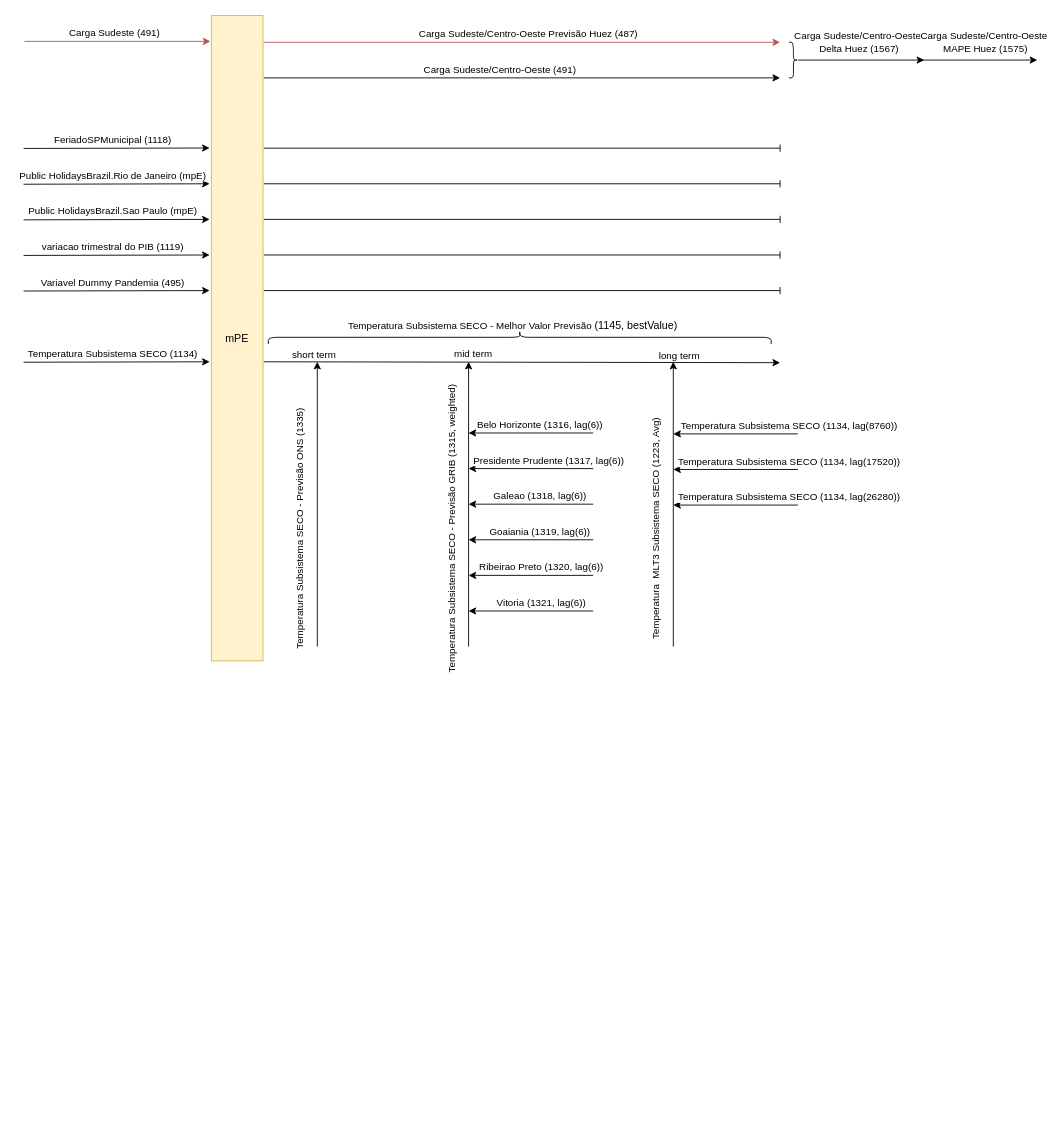
GigiGanzGross/TimeSeriesAnalysisWithPython keeps this draw.io diagram as Forecast_model_data_structe.drawio. Above is the earlier version. Source tidied: cells renumbered, new cells numbered last; positions are measured from the earlier drawing's top-left corner, leaving out a move shared by most shapes. Both pictures are drawn from the tidied source at 89%, with x=0, y=0 at pixel (23, 15).
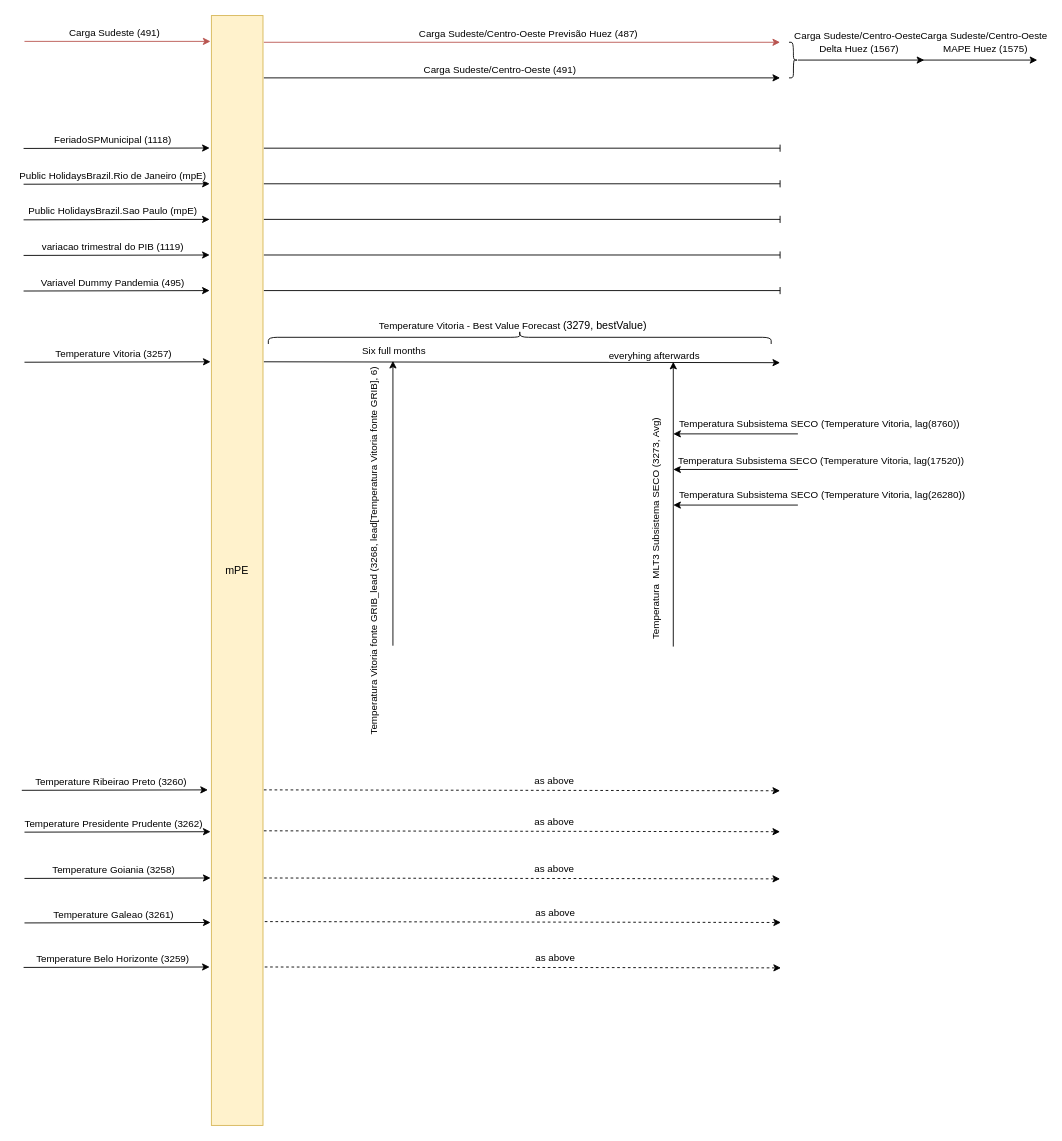
The same page after the edit.

Unchanged cells that the change refers to:
```xml
<mxCell id="22" style="endArrow=classic;html=1;rounded=0;strokeWidth=1;" parent="1" edge="1">
  <mxGeometry relative="1" as="geometry">
    <mxPoint x="270" y="389" as="sourcePoint" />
    <mxPoint x="850" y="390" as="targetPoint" />
  </mxGeometry>
</mxCell>
<mxCell id="44" style="endArrow=classic;html=1;rounded=0;fontSize=11;strokeWidth=1;" parent="1" edge="1">
  <mxGeometry relative="1" as="geometry">
    <mxPoint x="730" y="709" as="sourcePoint" />
    <mxPoint x="730" y="389" as="targetPoint" />
  </mxGeometry>
</mxCell>
<mxCell id="46" style="endArrow=classic;html=1;rounded=0;fontSize=11;strokeWidth=1;" parent="1" edge="1">
  <mxGeometry relative="1" as="geometry">
    <mxPoint x="870" y="470" as="sourcePoint" />
    <mxPoint x="730" y="470" as="targetPoint" />
  </mxGeometry>
</mxCell>
<mxCell id="48" style="endArrow=classic;html=1;rounded=0;fontSize=11;strokeWidth=1;" parent="1" edge="1">
  <mxGeometry relative="1" as="geometry">
    <mxPoint x="870" y="510" as="sourcePoint" />
    <mxPoint x="730" y="510" as="targetPoint" />
  </mxGeometry>
</mxCell>
<mxCell id="50" style="endArrow=classic;html=1;rounded=0;fontSize=11;strokeWidth=1;" parent="1" edge="1">
  <mxGeometry relative="1" as="geometry">
    <mxPoint x="870" y="550" as="sourcePoint" />
    <mxPoint x="730" y="550" as="targetPoint" />
  </mxGeometry>
</mxCell>
```

Change to the diagram source:
```diff
@@
     <mxCell id="2" value="mPE" style="rounded=0;whiteSpace=wrap;html=1;fillColor=#fff2cc;strokeColor=#d6b656;" parent="1" vertex="1">
-      <mxGeometry x="211" width="58" height="725" as="geometry" />
+      <mxGeometry x="211" width="58" height="1247" as="geometry" />
     </mxCell>
@@
-    <mxCell id="15" style="endArrow=classic;html=1;rounded=0;exitX=1.044;exitY=0.114;exitDx=0;exitDy=0;exitPerimeter=0;" parent="1" edge="1">
-      <mxGeometry relative="1" as="geometry">
-        <mxPoint y="389.5" as="sourcePoint" />
-        <mxPoint x="209.1" y="389" as="targetPoint" />
-      </mxGeometry>
-    </mxCell>
-    <mxCell id="16" value="Temperatura Subsistema SECO (1134)" style="edgeLabel;html=1;align=center;verticalAlign=middle;" parent="15" vertex="1">
-      <mxGeometry x="0.06" relative="1" as="geometry">
-        <mxPoint x="-11" y="-10" as="offset" />
-      </mxGeometry>
-    </mxCell>
@@
-    <mxCell id="23" value="mid term" style="edgeLabel;html=1;align=center;verticalAlign=middle;" parent="22" vertex="1">
+    <mxCell id="23" value="Six full months" style="edgeLabel;html=1;align=center;verticalAlign=middle;" parent="22" vertex="1">
       <mxGeometry relative="1" as="geometry">
-        <mxPoint x="-55" y="-10" as="offset" />
+        <mxPoint x="-144" y="-13" as="offset" />
       </mxGeometry>
     </mxCell>
-    <mxCell id="24" value="&lt;div&gt;short term&lt;/div&gt;" style="edgeLabel;html=1;align=left;verticalAlign=bottom;" parent="22" vertex="1">
-      <mxGeometry x="-1" relative="1" as="geometry">
-        <mxPoint x="30" as="offset" />
-      </mxGeometry>
-    </mxCell>
-    <mxCell id="25" value="&lt;div&gt;long term&lt;/div&gt;" style="edgeLabel;html=1;align=right;verticalAlign=bottom;" parent="22" vertex="1">
+    <mxCell id="25" value="&lt;div&gt;everyhing afterwards&lt;/div&gt;" style="edgeLabel;html=1;align=right;verticalAlign=bottom;" parent="22" vertex="1">
       <mxGeometry x="1" relative="1" as="geometry">
         <mxPoint x="-90" as="offset" />
       </mxGeometry>
     </mxCell>
@@
-    <mxCell id="27" value="&lt;font style=&quot;font-size: 11px&quot;&gt;Temperatura Subsistema SECO - Melhor Valor Previsão&lt;/font&gt; (1145, bestValue)" style="text;html=1;strokeColor=none;fillColor=none;align=center;verticalAlign=middle;whiteSpace=wrap;rounded=0;" parent="1" vertex="1">
+    <mxCell id="27" value="&lt;font style=&quot;font-size: 11px&quot;&gt;Temperature Vitoria - Best Value Forecast &lt;/font&gt;(3279, bestValue)" style="text;html=1;strokeColor=none;fillColor=none;align=center;verticalAlign=middle;whiteSpace=wrap;rounded=0;" parent="1" vertex="1">
       <mxGeometry x="330" y="339" width="440" height="20" as="geometry" />
     </mxCell>
-    <mxCell id="28" style="endArrow=classic;html=1;rounded=0;fontSize=11;strokeWidth=1;" parent="1" edge="1">
-      <mxGeometry relative="1" as="geometry">
-        <mxPoint x="330" y="709" as="sourcePoint" />
-        <mxPoint x="330" y="389" as="targetPoint" />
-      </mxGeometry>
-    </mxCell>
-    <mxCell id="29" value="&lt;div&gt;Temperatura Subsistema SECO - Previsão ONS (1335)&lt;/div&gt;" style="edgeLabel;html=1;align=center;verticalAlign=middle;fontSize=11;rotation=-90;" parent="28" vertex="1">
-      <mxGeometry x="-0.18" y="2" relative="1" as="geometry">
-        <mxPoint x="-18" as="offset" />
-      </mxGeometry>
-    </mxCell>
     <mxCell id="30" style="endArrow=classic;html=1;rounded=0;fontSize=11;strokeWidth=1;" parent="1" edge="1">
       <mxGeometry relative="1" as="geometry">
-        <mxPoint x="500" y="709" as="sourcePoint" />
-        <mxPoint x="500" y="389" as="targetPoint" />
+        <mxPoint x="415" y="708" as="sourcePoint" />
+        <mxPoint x="415" y="388" as="targetPoint" />
       </mxGeometry>
     </mxCell>
-    <mxCell id="31" value="&lt;div&gt;Temperatura Subsistema SECO - Previsão GRIB (1315, weighted)&lt;/div&gt;" style="edgeLabel;html=1;align=center;verticalAlign=middle;fontSize=11;rotation=-90;" parent="30" vertex="1">
+    <mxCell id="31" value="Temperatura Vitoria fonte GRIB_lead (3268, lead[Temperatura Vitoria fonte GRIB], 6)" style="edgeLabel;html=1;align=center;verticalAlign=middle;fontSize=11;rotation=-90;" parent="30" vertex="1">
       <mxGeometry x="-0.18" y="2" relative="1" as="geometry">
-        <mxPoint x="-18" as="offset" />
+        <mxPoint x="-20" y="26" as="offset" />
       </mxGeometry>
     </mxCell>
-    <mxCell id="32" style="endArrow=classic;html=1;rounded=0;fontSize=11;strokeWidth=1;" parent="1" edge="1">
-      <mxGeometry relative="1" as="geometry">
-        <mxPoint x="640" y="469" as="sourcePoint" />
-        <mxPoint x="500" y="469" as="targetPoint" />
-      </mxGeometry>
-    </mxCell>
-    <mxCell id="33" value="Belo Horizonte (1316, lag(6))" style="edgeLabel;html=1;align=center;verticalAlign=middle;fontSize=11;" parent="32" vertex="1">
-      <mxGeometry x="-0.52" relative="1" as="geometry">
-        <mxPoint x="-27" y="-10" as="offset" />
-      </mxGeometry>
-    </mxCell>
-    <mxCell id="34" style="endArrow=classic;html=1;rounded=0;fontSize=11;strokeWidth=1;" parent="1" edge="1">
-      <mxGeometry relative="1" as="geometry">
-        <mxPoint x="640" y="509" as="sourcePoint" />
-        <mxPoint x="500" y="509" as="targetPoint" />
-      </mxGeometry>
-    </mxCell>
-    <mxCell id="35" value="Presidente Prudente (1317, lag(6))" style="edgeLabel;html=1;align=center;verticalAlign=middle;fontSize=11;" parent="34" vertex="1">
-      <mxGeometry x="-0.52" relative="1" as="geometry">
-        <mxPoint x="-17" y="-10" as="offset" />
-      </mxGeometry>
-    </mxCell>
-    <mxCell id="36" style="endArrow=classic;html=1;rounded=0;fontSize=11;strokeWidth=1;" parent="1" edge="1">
-      <mxGeometry relative="1" as="geometry">
-        <mxPoint x="640" y="549" as="sourcePoint" />
-        <mxPoint x="500" y="549" as="targetPoint" />
-      </mxGeometry>
-    </mxCell>
-    <mxCell id="37" value="Galeao (1318, lag(6))" style="edgeLabel;html=1;align=center;verticalAlign=middle;fontSize=11;" parent="36" vertex="1">
-      <mxGeometry x="-0.52" relative="1" as="geometry">
-        <mxPoint x="-27" y="-10" as="offset" />
-      </mxGeometry>
-    </mxCell>
-    <mxCell id="38" style="endArrow=classic;html=1;rounded=0;fontSize=11;strokeWidth=1;" parent="1" edge="1">
-      <mxGeometry relative="1" as="geometry">
-        <mxPoint x="640" y="589" as="sourcePoint" />
-        <mxPoint x="500" y="589" as="targetPoint" />
-      </mxGeometry>
-    </mxCell>
-    <mxCell id="39" value="Goaiania (1319, lag(6))" style="edgeLabel;html=1;align=center;verticalAlign=middle;fontSize=11;" parent="38" vertex="1">
-      <mxGeometry x="-0.52" relative="1" as="geometry">
-        <mxPoint x="-27" y="-10" as="offset" />
-      </mxGeometry>
-    </mxCell>
-    <mxCell id="40" style="endArrow=classic;html=1;rounded=0;fontSize=11;strokeWidth=1;" parent="1" edge="1">
-      <mxGeometry relative="1" as="geometry">
-        <mxPoint x="640" y="629" as="sourcePoint" />
-        <mxPoint x="500" y="629" as="targetPoint" />
-      </mxGeometry>
-    </mxCell>
-    <mxCell id="41" value="&amp;nbsp;Ribeirao Preto (1320, lag(6))" style="edgeLabel;html=1;align=center;verticalAlign=middle;fontSize=11;" parent="40" vertex="1">
-      <mxGeometry x="-0.52" relative="1" as="geometry">
-        <mxPoint x="-27" y="-10" as="offset" />
-      </mxGeometry>
-    </mxCell>
-    <mxCell id="42" style="endArrow=classic;html=1;rounded=0;fontSize=11;strokeWidth=1;" parent="1" edge="1">
-      <mxGeometry relative="1" as="geometry">
-        <mxPoint x="640" y="669" as="sourcePoint" />
-        <mxPoint x="500" y="669" as="targetPoint" />
-      </mxGeometry>
-    </mxCell>
-    <mxCell id="43" value="&amp;nbsp;Vitoria (1321, lag(6))" style="edgeLabel;html=1;align=center;verticalAlign=middle;fontSize=11;" parent="42" vertex="1">
-      <mxGeometry x="-0.52" relative="1" as="geometry">
-        <mxPoint x="-27" y="-10" as="offset" />
-      </mxGeometry>
-    </mxCell>
@@
-    <mxCell id="45" value="&lt;div&gt;Temperatura&amp;nbsp; MLT3 Subsistema SECO (1223, Avg)&lt;/div&gt;" style="edgeLabel;html=1;align=center;verticalAlign=middle;fontSize=11;rotation=-90;" parent="44" vertex="1">
+    <mxCell id="45" value="&lt;div&gt;Temperatura&amp;nbsp; MLT3 Subsistema SECO (3273, Avg)&lt;/div&gt;" style="edgeLabel;html=1;align=center;verticalAlign=middle;fontSize=11;rotation=-90;" parent="44" vertex="1">
       <mxGeometry x="-0.18" y="2" relative="1" as="geometry">
         <mxPoint x="-18" as="offset" />
       </mxGeometry>
     </mxCell>
@@
-    <mxCell id="47" value="Temperatura Subsistema SECO (1134, lag(8760))" style="edgeLabel;html=1;align=center;verticalAlign=middle;fontSize=11;" parent="46" vertex="1">
+    <mxCell id="47" value="Temperatura Subsistema SECO (Temperature Vitoria, lag(8760))" style="edgeLabel;html=1;align=center;verticalAlign=middle;fontSize=11;" parent="46" vertex="1">
       <mxGeometry x="-0.52" relative="1" as="geometry">
-        <mxPoint x="23" y="-10" as="offset" />
+        <mxPoint x="57" y="-12" as="offset" />
       </mxGeometry>
     </mxCell>
@@
-    <mxCell id="49" value="Temperatura Subsistema SECO (1134, lag(17520))" style="edgeLabel;html=1;align=center;verticalAlign=middle;fontSize=11;" parent="48" vertex="1">
+    <mxCell id="49" value="Temperatura Subsistema SECO (Temperature Vitoria, lag(17520))" style="edgeLabel;html=1;align=center;verticalAlign=middle;fontSize=11;" parent="48" vertex="1">
       <mxGeometry x="-0.52" relative="1" as="geometry">
-        <mxPoint x="23" y="-10" as="offset" />
+        <mxPoint x="59" y="-11" as="offset" />
       </mxGeometry>
     </mxCell>
@@
-    <mxCell id="51" value="Temperatura Subsistema SECO (1134, lag(26280))" style="edgeLabel;html=1;align=center;verticalAlign=middle;fontSize=11;" parent="50" vertex="1">
+    <mxCell id="51" value="Temperatura Subsistema SECO (Temperature Vitoria, lag(26280))" style="edgeLabel;html=1;align=center;verticalAlign=middle;fontSize=11;" parent="50" vertex="1">
       <mxGeometry x="-0.52" relative="1" as="geometry">
-        <mxPoint x="23" y="-10" as="offset" />
+        <mxPoint x="60" y="-12" as="offset" />
       </mxGeometry>
     </mxCell>
@@
+    <mxCell id="61" style="endArrow=classic;html=1;rounded=0;exitX=1.044;exitY=0.114;exitDx=0;exitDy=0;exitPerimeter=0;" parent="1" edge="1">
+      <mxGeometry relative="1" as="geometry">
+        <mxPoint x="1" y="389.5" as="sourcePoint" />
+        <mxPoint x="210.1" y="389" as="targetPoint" />
+      </mxGeometry>
+    </mxCell>
+    <mxCell id="62" value="Temperature Vitoria (3257)" style="edgeLabel;html=1;align=center;verticalAlign=middle;" parent="61" vertex="1">
+      <mxGeometry x="0.06" relative="1" as="geometry">
+        <mxPoint x="-11" y="-10" as="offset" />
+      </mxGeometry>
+    </mxCell>
+    <mxCell id="63" style="endArrow=classic;html=1;rounded=0;exitX=1.044;exitY=0.114;exitDx=0;exitDy=0;exitPerimeter=0;" parent="1" edge="1">
+      <mxGeometry relative="1" as="geometry">
+        <mxPoint x="-2" y="870.5" as="sourcePoint" />
+        <mxPoint x="207.1" y="870" as="targetPoint" />
+      </mxGeometry>
+    </mxCell>
+    <mxCell id="64" value="Temperature Ribeirao Preto (3260)" style="edgeLabel;html=1;align=center;verticalAlign=middle;" parent="63" vertex="1">
+      <mxGeometry x="0.06" relative="1" as="geometry">
+        <mxPoint x="-11" y="-10" as="offset" />
+      </mxGeometry>
+    </mxCell>
+    <mxCell id="65" style="endArrow=classic;html=1;rounded=0;strokeWidth=1;dashed=1;" parent="1" edge="1">
+      <mxGeometry relative="1" as="geometry">
+        <mxPoint x="270" y="870" as="sourcePoint" />
+        <mxPoint x="850" y="871" as="targetPoint" />
+      </mxGeometry>
+    </mxCell>
+    <mxCell id="66" value="as above" style="edgeLabel;html=1;align=right;verticalAlign=bottom;" parent="65" vertex="1">
+      <mxGeometry x="1" relative="1" as="geometry">
+        <mxPoint x="-231" y="-3" as="offset" />
+      </mxGeometry>
+    </mxCell>
+    <mxCell id="67" style="endArrow=classic;html=1;rounded=0;exitX=1.044;exitY=0.114;exitDx=0;exitDy=0;exitPerimeter=0;" parent="1" edge="1">
+      <mxGeometry relative="1" as="geometry">
+        <mxPoint x="1" y="917.5" as="sourcePoint" />
+        <mxPoint x="210.1" y="917" as="targetPoint" />
+      </mxGeometry>
+    </mxCell>
+    <mxCell id="68" value="Temperature Presidente Prudente (3262)" style="edgeLabel;html=1;align=center;verticalAlign=middle;" parent="67" vertex="1">
+      <mxGeometry x="0.06" relative="1" as="geometry">
+        <mxPoint x="-11" y="-10" as="offset" />
+      </mxGeometry>
+    </mxCell>
+    <mxCell id="69" style="endArrow=classic;html=1;rounded=0;strokeWidth=1;dashed=1;" parent="1" edge="1">
+      <mxGeometry relative="1" as="geometry">
+        <mxPoint x="270" y="916" as="sourcePoint" />
+        <mxPoint x="850" y="917" as="targetPoint" />
+      </mxGeometry>
+    </mxCell>
+    <mxCell id="70" value="as above" style="edgeLabel;html=1;align=right;verticalAlign=bottom;" parent="69" vertex="1">
+      <mxGeometry x="1" relative="1" as="geometry">
+        <mxPoint x="-231" y="-3" as="offset" />
+      </mxGeometry>
+    </mxCell>
+    <mxCell id="71" style="endArrow=classic;html=1;rounded=0;exitX=1.044;exitY=0.114;exitDx=0;exitDy=0;exitPerimeter=0;" parent="1" edge="1">
+      <mxGeometry relative="1" as="geometry">
+        <mxPoint x="1" y="969.5" as="sourcePoint" />
+        <mxPoint x="210.1" y="969" as="targetPoint" />
+      </mxGeometry>
+    </mxCell>
+    <mxCell id="72" value="Temperature Goiania (3258)" style="edgeLabel;html=1;align=center;verticalAlign=middle;" parent="71" vertex="1">
+      <mxGeometry x="0.06" relative="1" as="geometry">
+        <mxPoint x="-11" y="-10" as="offset" />
+      </mxGeometry>
+    </mxCell>
+    <mxCell id="73" style="endArrow=classic;html=1;rounded=0;exitX=1.044;exitY=0.114;exitDx=0;exitDy=0;exitPerimeter=0;" parent="1" edge="1">
+      <mxGeometry relative="1" as="geometry">
+        <mxPoint x="1" y="1019.5" as="sourcePoint" />
+        <mxPoint x="210.1" y="1019" as="targetPoint" />
+      </mxGeometry>
+    </mxCell>
+    <mxCell id="74" value="Temperature Galeao (3261)" style="edgeLabel;html=1;align=center;verticalAlign=middle;" parent="73" vertex="1">
+      <mxGeometry x="0.06" relative="1" as="geometry">
+        <mxPoint x="-11" y="-10" as="offset" />
+      </mxGeometry>
+    </mxCell>
+    <mxCell id="75" style="endArrow=classic;html=1;rounded=0;exitX=1.044;exitY=0.114;exitDx=0;exitDy=0;exitPerimeter=0;" parent="1" edge="1">
+      <mxGeometry relative="1" as="geometry">
+        <mxPoint y="1069.5" as="sourcePoint" />
+        <mxPoint x="209.1" y="1069" as="targetPoint" />
+      </mxGeometry>
+    </mxCell>
+    <mxCell id="76" value="Temperature Belo Horizonte (3259)" style="edgeLabel;html=1;align=center;verticalAlign=middle;" parent="75" vertex="1">
+      <mxGeometry x="0.06" relative="1" as="geometry">
+        <mxPoint x="-11" y="-10" as="offset" />
+      </mxGeometry>
+    </mxCell>
+    <mxCell id="77" style="endArrow=classic;html=1;rounded=0;strokeWidth=1;dashed=1;" parent="1" edge="1">
+      <mxGeometry relative="1" as="geometry">
+        <mxPoint x="270" y="969" as="sourcePoint" />
+        <mxPoint x="850" y="970" as="targetPoint" />
+      </mxGeometry>
+    </mxCell>
+    <mxCell id="78" value="as above" style="edgeLabel;html=1;align=right;verticalAlign=bottom;" parent="77" vertex="1">
+      <mxGeometry x="1" relative="1" as="geometry">
+        <mxPoint x="-231" y="-3" as="offset" />
+      </mxGeometry>
+    </mxCell>
+    <mxCell id="79" style="endArrow=classic;html=1;rounded=0;strokeWidth=1;dashed=1;" parent="1" edge="1">
+      <mxGeometry relative="1" as="geometry">
+        <mxPoint x="271" y="1018" as="sourcePoint" />
+        <mxPoint x="851" y="1019" as="targetPoint" />
+      </mxGeometry>
+    </mxCell>
+    <mxCell id="80" value="as above" style="edgeLabel;html=1;align=right;verticalAlign=bottom;" parent="79" vertex="1">
+      <mxGeometry x="1" relative="1" as="geometry">
+        <mxPoint x="-231" y="-3" as="offset" />
+      </mxGeometry>
+    </mxCell>
+    <mxCell id="81" style="endArrow=classic;html=1;rounded=0;strokeWidth=1;dashed=1;" parent="1" edge="1">
+      <mxGeometry relative="1" as="geometry">
+        <mxPoint x="271" y="1069" as="sourcePoint" />
+        <mxPoint x="851" y="1070" as="targetPoint" />
+      </mxGeometry>
+    </mxCell>
+    <mxCell id="82" value="as above" style="edgeLabel;html=1;align=right;verticalAlign=bottom;" parent="81" vertex="1">
+      <mxGeometry x="1" relative="1" as="geometry">
+        <mxPoint x="-231" y="-3" as="offset" />
+      </mxGeometry>
+    </mxCell>
```
